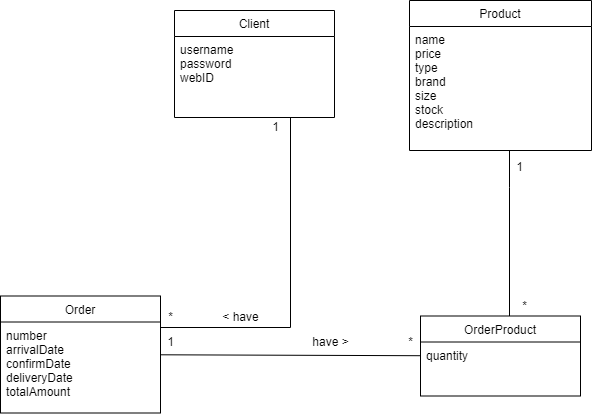
The draw.io diagram docs/images/domain_model.png in Arquisoft/dede_es5a, before a commit. Source tidied: cells renumbered, new cells last; positions are measured from the earlier drawing's top-left corner, leaving out a move shared by most shapes.
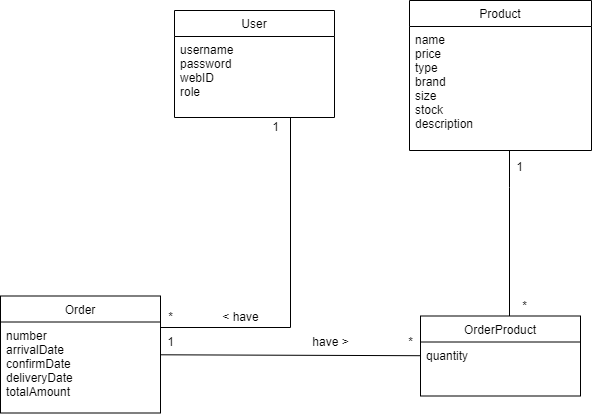
After the commit.

Commit message:
Client cambiado por user y role añadido

What changed in the source:
```diff
@@ -2,10 +2,10 @@
   <root>
     <mxCell id="0" />
     <mxCell id="1" parent="0" />
-    <mxCell id="2" value="Client" style="swimlane;fontStyle=0;align=center;verticalAlign=top;horizontal=1;startSize=26;rounded=0;shadow=0;strokeWidth=1;" parent="1" vertex="1">
+    <mxCell id="2" value="User" style="swimlane;fontStyle=0;align=center;verticalAlign=top;horizontal=1;startSize=26;rounded=0;shadow=0;strokeWidth=1;" parent="1" vertex="1">
       <mxGeometry x="174" y="10" width="160" height="107" as="geometry" />
     </mxCell>
-    <mxCell id="3" value="username&#10;password&#10;webID" style="text;align=left;verticalAlign=top;spacingLeft=4;spacingRight=4;overflow=hidden;" parent="2" vertex="1">
+    <mxCell id="3" value="username&#10;password&#10;webID&#10;role" style="text;align=left;verticalAlign=top;spacingLeft=4;spacingRight=4;overflow=hidden;" parent="2" vertex="1">
       <mxGeometry y="26" width="160" height="74" as="geometry" />
     </mxCell>
     <mxCell id="4" value="Order" style="swimlane;fontStyle=0;align=center;verticalAlign=top;horizontal=1;startSize=26;rounded=0;shadow=0;strokeWidth=1;" parent="1" vertex="1">
```
